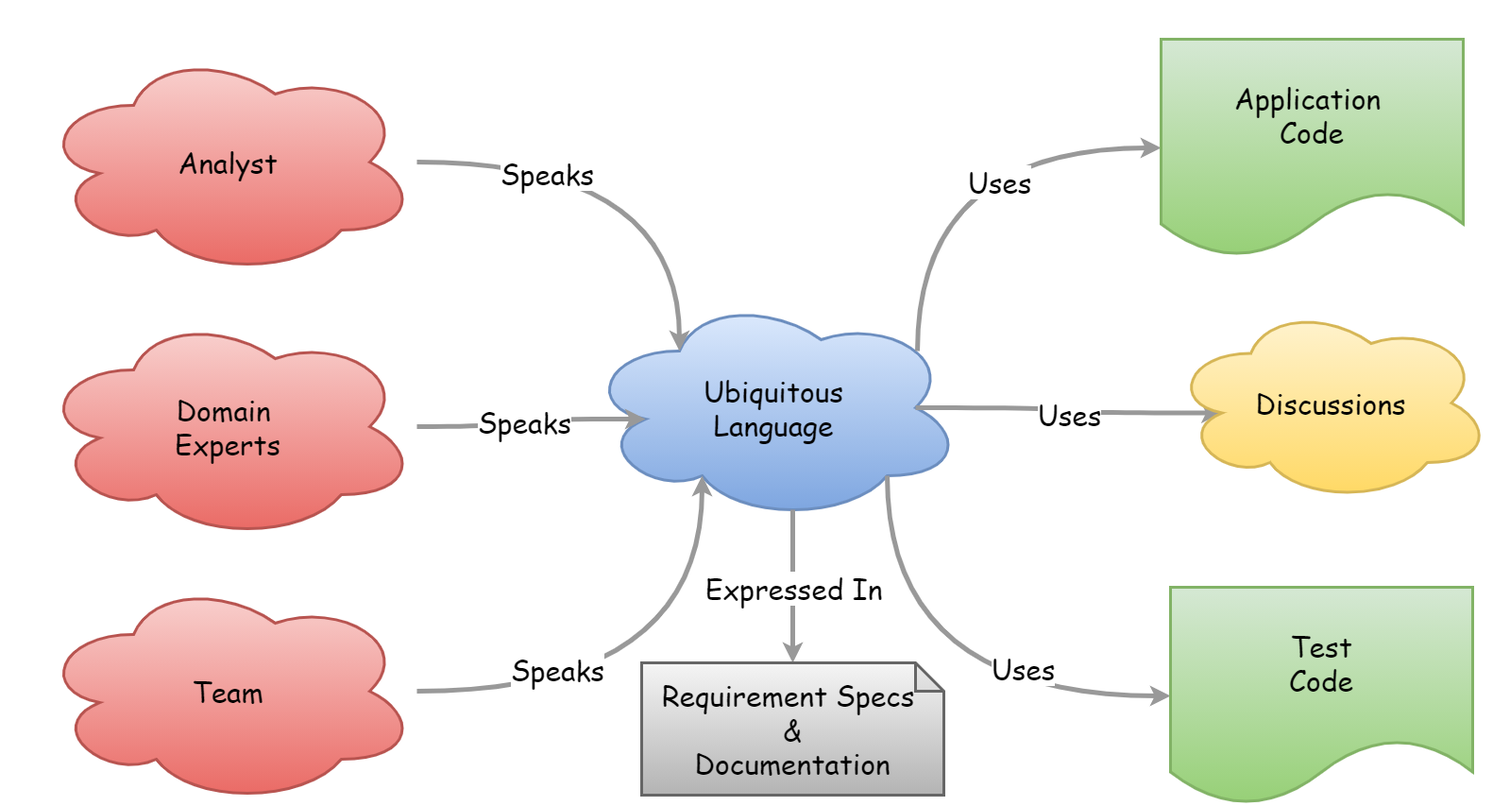
lkumarjain/lkumarjain.github.io keeps this draw.io diagram as docs/img/ddd/ubiquitous-language.png. Above is the earlier version. Source tidied: cells renumbered, new cells last; positions are measured from the earlier drawing's top-left corner, leaving out a move shared by most shapes.
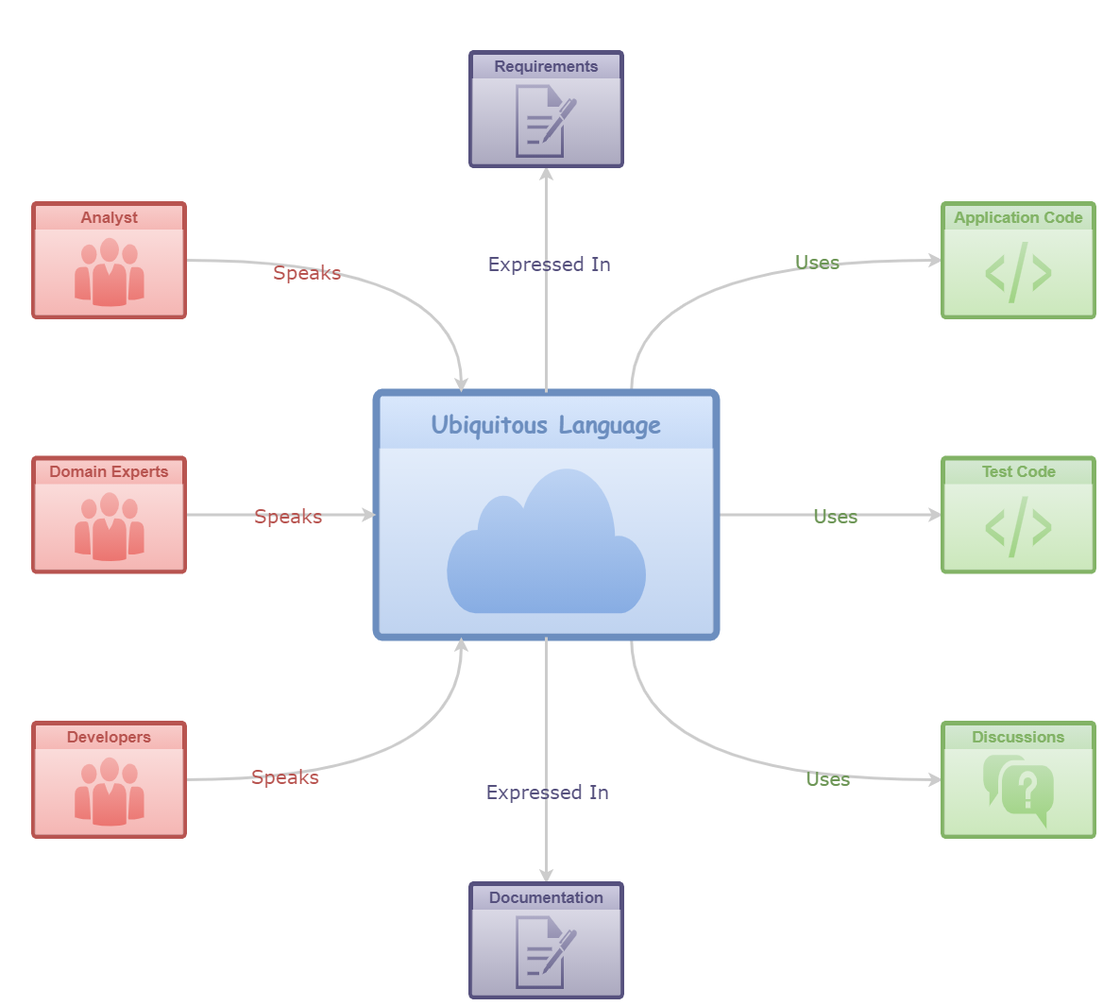
The same file after the commit.

Commit message:
Updated ubiquitous-language image

What changed in the source:
```diff
@@ -1,84 +1,95 @@
 <mxGraphModel>
   <root>
-    <mxCell id="0" />
-    <mxCell id="1" parent="0" />
+    <mxCell id="24" />
+    <mxCell id="25" parent="24" />
+    <mxCell id="26" style="edgeStyle=orthogonalEdgeStyle;curved=1;rounded=0;jettySize=auto;html=1;exitX=0.75;exitY=0;exitDx=0;exitDy=0;exitPerimeter=0;entryX=0;entryY=0.5;entryDx=0;entryDy=0;entryPerimeter=0;fontSize=20;fontColor=#B85450;strokeColor=#CCCCCC;strokeWidth=3;" parent="25" edge="1" source="2" target="14">
+      <mxGeometry relative="1" as="geometry" />
+    </mxCell>
+    <mxCell id="27" value="Uses" style="edgeLabel;align=center;verticalAlign=middle;fontSize=20;labelBackgroundColor=none;fontFamily=Verdana;labelBorderColor=none;spacingTop=5;spacingLeft=5;spacingBottom=5;spacingRight=5;labelPadding=0;absoluteArcSize=0;fontColor=#6D9656;" parent="26" vertex="1">
+      <mxGeometry x="0.22" y="-14" relative="1" as="geometry">
+        <mxPoint x="50" y="-14" as="offset" />
+      </mxGeometry>
+    </mxCell>
+    <mxCell id="28" style="edgeStyle=orthogonalEdgeStyle;curved=1;rounded=0;jettySize=auto;html=1;fontSize=20;fontColor=#B85450;strokeColor=#CCCCCC;strokeWidth=3;" parent="25" edge="1" source="2" target="17">
+      <mxGeometry relative="1" as="geometry" />
+    </mxCell>
+    <mxCell id="29" value="Uses" style="edgeLabel;align=center;verticalAlign=middle;fontSize=20;labelBackgroundColor=none;fontFamily=Verdana;labelBorderColor=none;spacingTop=5;spacingLeft=5;spacingBottom=5;spacingRight=5;labelPadding=0;absoluteArcSize=0;fontColor=#6D9656;" parent="28" vertex="1">
+      <mxGeometry x="0.21" y="-1" relative="1" as="geometry">
+        <mxPoint x="-19" y="-1" as="offset" />
+      </mxGeometry>
+    </mxCell>
+    <mxCell id="30" style="edgeStyle=orthogonalEdgeStyle;curved=1;rounded=0;jettySize=auto;html=1;exitX=0.75;exitY=1;exitDx=0;exitDy=0;exitPerimeter=0;entryX=0;entryY=0.5;entryDx=0;entryDy=0;entryPerimeter=0;fontSize=20;fontColor=#B85450;strokeColor=#CCCCCC;strokeWidth=3;" parent="25" edge="1" source="2" target="20">
+      <mxGeometry relative="1" as="geometry" />
+    </mxCell>
+    <mxCell id="31" value="Uses" style="edgeLabel;align=center;verticalAlign=middle;fontSize=20;labelBackgroundColor=none;fontFamily=Verdana;labelBorderColor=none;spacingTop=5;spacingLeft=5;spacingBottom=5;spacingRight=5;labelPadding=0;absoluteArcSize=0;fontColor=#6D9656;" parent="30" vertex="1">
+      <mxGeometry x="0.5" y="3" relative="1" as="geometry">
+        <mxPoint x="-1" as="offset" />
+      </mxGeometry>
+    </mxCell>
-    <mxCell id="2" value="Ubiquitous&lt;br style=&quot;font-size: 30px;&quot;&gt;Language" style="ellipse;shape=cloud;whiteSpace=wrap;html=1;rounded=1;gradientColor=#7ea6e0;fillColor=#dae8fc;strokeWidth=3;strokeColor=#6c8ebf;fontSize=30;fontFamily=Comic Sans MS;labelBackgroundColor=none;labelBorderColor=none;spacingLeft=20;spacingRight=20;" parent="1" vertex="1">
-      <mxGeometry x="578" y="270" width="400" height="240" as="geometry" />
+    <mxCell id="2" value="&lt;h1 style=&quot;font-size: 25px&quot;&gt;&lt;font face=&quot;Comic Sans MS&quot;&gt;Ubiquitous&amp;nbsp;&lt;/font&gt;&lt;span style=&quot;font-family: &amp;quot;comic sans ms&amp;quot;&quot;&gt;Language&lt;/span&gt;&lt;/h1&gt;" style="html=1;fillColor=#dae8fc;labelPosition=center;verticalLabelPosition=middle;verticalAlign=top;align=center;fontSize=12;outlineConnect=0;spacingTop=-6;shape=mxgraph.sitemap.cloud;gradientColor=#7ea6e0;strokeWidth=8;shadow=0;strokeColor=#6C8EBF;fontColor=#6C8EBF;rounded=1;" parent="25" vertex="1">
+      <mxGeometry x="871" y="-150" width="360" height="259" as="geometry" />
     </mxCell>
-    <mxCell id="3" style="edgeStyle=orthogonalEdgeStyle;curved=1;jettySize=auto;html=1;entryX=0.31;entryY=0.8;entryDx=0;entryDy=0;entryPerimeter=0;shadow=0;fontFamily=Comic Sans MS;fontSize=30;strokeWidth=5;strokeColor=#999999;" parent="1" edge="1" source="5" target="2">
-      <mxGeometry relative="1" as="geometry" />
-    </mxCell>
-    <mxCell id="4" value="Speaks" style="edgeLabel;html=1;align=center;verticalAlign=middle;fontSize=30;fontFamily=Comic Sans MS;" parent="3" vertex="1">
-      <mxGeometry x="-0.2" y="24" relative="1" as="geometry">
-        <mxPoint x="-64" as="offset" />
-      </mxGeometry>
-    </mxCell>
-    <mxCell id="5" value="Team" style="ellipse;shape=cloud;whiteSpace=wrap;html=1;rounded=1;gradientColor=#ea6b66;fillColor=#f8cecc;strokeWidth=3;strokeColor=#b85450;fontSize=30;fontFamily=Comic Sans MS;labelBackgroundColor=none;labelBorderColor=none;spacingLeft=20;spacingRight=20;" parent="1" vertex="1">
-      <mxGeometry y="570" width="400" height="240" as="geometry" />
-    </mxCell>
+    <mxCell id="9" style="edgeStyle=orthogonalEdgeStyle;curved=1;rounded=0;jettySize=auto;html=1;entryX=0.25;entryY=0;entryDx=0;entryDy=0;entryPerimeter=0;fontSize=20;fontColor=#B85450;strokeColor=#CCCCCC;strokeWidth=3;" parent="25" edge="1" source="11" target="2">
+      <mxGeometry relative="1" as="geometry" />
+    </mxCell>
+    <mxCell id="32" value="Speaks" style="edgeLabel;align=center;verticalAlign=middle;fontSize=20;fontColor=#B85450;labelBackgroundColor=none;fontFamily=Verdana;labelBorderColor=none;spacingTop=5;spacingLeft=5;spacingBottom=5;spacingRight=5;labelPadding=0;absoluteArcSize=0;" parent="9" vertex="1">
+      <mxGeometry x="-0.41" y="-11" relative="1" as="geometry">
+        <mxPoint x="1" as="offset" />
+      </mxGeometry>
+    </mxCell>
+    <mxCell id="11" value="&lt;h5&gt;Analyst&lt;/h5&gt;" style="html=1;fillColor=#f8cecc;labelPosition=center;verticalLabelPosition=middle;verticalAlign=top;align=center;fontSize=20;outlineConnect=0;spacingTop=-29;shape=mxgraph.sitemap.about_us;gradientColor=#ea6b66;direction=east;strokeWidth=5;perimeterSpacing=0;strokeColor=#B85450;fontColor=#B85450;rounded=1;" parent="25" vertex="1">
+      <mxGeometry x="508" y="-350" width="160" height="120" as="geometry" />
+    </mxCell>
-    <mxCell id="6" style="edgeStyle=orthogonalEdgeStyle;curved=1;jettySize=auto;html=1;entryX=0.16;entryY=0.55;entryDx=0;entryDy=0;entryPerimeter=0;shadow=0;fontFamily=Comic Sans MS;fontSize=30;strokeWidth=5;strokeColor=#999999;" parent="1" edge="1" source="8" target="2">
+    <mxCell id="6" style="edgeStyle=orthogonalEdgeStyle;curved=1;rounded=0;jettySize=auto;html=1;entryX=0;entryY=0.5;entryDx=0;entryDy=0;entryPerimeter=0;fontSize=20;fontColor=#B85450;strokeColor=#CCCCCC;strokeWidth=3;" parent="25" edge="1" source="8" target="2">
       <mxGeometry relative="1" as="geometry" />
     </mxCell>
-    <mxCell id="7" value="Speaks" style="edgeLabel;html=1;align=center;verticalAlign=middle;fontSize=30;fontFamily=Comic Sans MS;" parent="6" vertex="1">
-      <mxGeometry x="-0.05" y="-2" relative="1" as="geometry">
-        <mxPoint x="1" as="offset" />
-      </mxGeometry>
-    </mxCell>
+    <mxCell id="33" value="Speaks" style="edgeLabel;align=center;verticalAlign=middle;fontSize=20;fontColor=#B85450;labelBackgroundColor=none;fontFamily=Verdana;labelBorderColor=none;spacingTop=5;spacingLeft=5;spacingBottom=5;spacingRight=5;labelPadding=0;absoluteArcSize=0;" parent="6" vertex="1">
+      <mxGeometry x="0.22" y="-1" relative="1" as="geometry">
+        <mxPoint x="-14" y="-1" as="offset" />
+      </mxGeometry>
+    </mxCell>
-    <mxCell id="8" value="Domain &lt;br style=&quot;font-size: 30px;&quot;&gt;Experts" style="ellipse;shape=cloud;whiteSpace=wrap;html=1;rounded=1;gradientColor=#ea6b66;fillColor=#f8cecc;strokeWidth=3;strokeColor=#b85450;fontSize=30;fontFamily=Comic Sans MS;labelBackgroundColor=none;labelBorderColor=none;spacingLeft=20;spacingRight=20;" parent="1" vertex="1">
-      <mxGeometry y="290" width="400" height="240" as="geometry" />
+    <mxCell id="8" value="&lt;h5&gt;Domain Experts&lt;/h5&gt;" style="html=1;fillColor=#f8cecc;labelPosition=center;verticalLabelPosition=middle;verticalAlign=top;align=center;fontSize=20;outlineConnect=0;spacingTop=-29;shape=mxgraph.sitemap.about_us;gradientColor=#ea6b66;direction=east;strokeWidth=5;perimeterSpacing=0;strokeColor=#B85450;fontColor=#B85450;rounded=1;" parent="25" vertex="1">
+      <mxGeometry x="508" y="-80.5" width="160" height="120" as="geometry" />
     </mxCell>
-    <mxCell id="9" style="edgeStyle=orthogonalEdgeStyle;curved=1;jettySize=auto;html=1;entryX=0.25;entryY=0.25;entryDx=0;entryDy=0;entryPerimeter=0;shadow=0;fontFamily=Comic Sans MS;fontSize=30;strokeWidth=5;strokeColor=#999999;" parent="1" edge="1" source="11" target="2">
-      <mxGeometry relative="1" as="geometry" />
-    </mxCell>
-    <mxCell id="10" value="Speaks" style="edgeLabel;html=1;align=center;verticalAlign=middle;fontSize=30;fontFamily=Comic Sans MS;" parent="9" vertex="1">
-      <mxGeometry x="-0.43" y="-11" relative="1" as="geometry">
-        <mxPoint x="1" as="offset" />
-      </mxGeometry>
-    </mxCell>
-    <mxCell id="11" value="Analyst" style="ellipse;shape=cloud;whiteSpace=wrap;html=1;rounded=1;gradientColor=#ea6b66;fillColor=#f8cecc;strokeWidth=3;strokeColor=#b85450;fontSize=30;fontFamily=Comic Sans MS;labelBackgroundColor=none;labelBorderColor=none;spacingLeft=20;spacingRight=20;" parent="1" vertex="1">
-      <mxGeometry y="10" width="400" height="240" as="geometry" />
-    </mxCell>
-    <mxCell id="12" style="edgeStyle=orthogonalEdgeStyle;curved=1;jettySize=auto;html=1;entryX=0.88;entryY=0.25;entryDx=0;entryDy=0;entryPerimeter=0;shadow=0;fontFamily=Comic Sans MS;fontSize=30;strokeWidth=5;endArrow=none;endFill=0;strokeColor=#999999;exitX=0;exitY=0.5;exitDx=0;exitDy=0;startArrow=classic;startFill=1;" parent="1" edge="1" source="14" target="2">
-      <mxGeometry relative="1" as="geometry" />
-    </mxCell>
-    <mxCell id="13" value="Uses" style="edgeLabel;html=1;align=center;verticalAlign=middle;fontSize=30;fontFamily=Comic Sans MS;" parent="12" vertex="1">
-      <mxGeometry x="-0.27" y="35" relative="1" as="geometry" />
-    </mxCell>
+    <mxCell id="34" style="edgeStyle=orthogonalEdgeStyle;curved=1;rounded=0;jettySize=auto;html=1;entryX=0.25;entryY=1;entryDx=0;entryDy=0;entryPerimeter=0;fontSize=20;fontColor=#B85450;strokeColor=#CCCCCC;strokeWidth=3;" parent="25" edge="1" source="36" target="2">
+      <mxGeometry relative="1" as="geometry" />
+    </mxCell>
+    <mxCell id="35" value="Speaks" style="edgeLabel;align=center;verticalAlign=middle;fontSize=20;fontColor=#B85450;labelBackgroundColor=none;fontFamily=Verdana;labelBorderColor=none;spacingTop=5;spacingLeft=5;spacingBottom=5;spacingRight=5;labelPadding=0;absoluteArcSize=0;" parent="34" vertex="1">
+      <mxGeometry x="-0.53" y="5" relative="1" as="geometry">
+        <mxPoint x="1" as="offset" />
+      </mxGeometry>
+    </mxCell>
+    <mxCell id="36" value="&lt;h5&gt;Developers&lt;/h5&gt;" style="html=1;fillColor=#f8cecc;labelPosition=center;verticalLabelPosition=middle;verticalAlign=top;align=center;fontSize=20;outlineConnect=0;spacingTop=-29;shape=mxgraph.sitemap.about_us;gradientColor=#ea6b66;direction=east;strokeWidth=5;perimeterSpacing=0;strokeColor=#B85450;fontColor=#B85450;rounded=1;" parent="25" vertex="1">
+      <mxGeometry x="508" y="200" width="160" height="120" as="geometry" />
+    </mxCell>
-    <mxCell id="14" value="Application &lt;br style=&quot;font-size: 30px;&quot;&gt;Code" style="shape=document;whiteSpace=wrap;html=1;boundedLbl=1;rounded=1;labelBackgroundColor=none;fontFamily=Comic Sans MS;fontSize=30;strokeColor=#82b366;strokeWidth=3;gradientColor=#97d077;fillColor=#d5e8d4;" parent="1" vertex="1">
-      <mxGeometry x="1188" width="320" height="230" as="geometry" />
+    <mxCell id="14" value="&lt;h5&gt;Application Code&lt;/h5&gt;" style="html=1;fillColor=#d5e8d4;labelPosition=center;verticalLabelPosition=middle;verticalAlign=top;align=center;fontSize=20;outlineConnect=0;spacingTop=-29;shape=(stored shape, 900 characters);gradientColor=#97d077;direction=east;strokeWidth=5;perimeterSpacing=0;rounded=1;strokeColor=#82B366;fontColor=#82B366;" parent="25" vertex="1">
+      <mxGeometry x="1471" y="-350" width="160" height="120" as="geometry" />
     </mxCell>
-    <mxCell id="15" style="edgeStyle=orthogonalEdgeStyle;curved=1;jettySize=auto;html=1;entryX=0.8;entryY=0.8;entryDx=0;entryDy=0;entryPerimeter=0;shadow=0;fontFamily=Comic Sans MS;fontSize=30;strokeWidth=5;endArrow=none;endFill=0;strokeColor=#999999;exitX=0;exitY=0.5;exitDx=0;exitDy=0;startArrow=classic;startFill=1;" parent="1" edge="1" source="17" target="2">
-      <mxGeometry relative="1" as="geometry" />
-    </mxCell>
-    <mxCell id="16" value="Uses" style="edgeLabel;html=1;align=center;verticalAlign=middle;fontSize=30;fontFamily=Comic Sans MS;" parent="15" vertex="1">
-      <mxGeometry x="-0.32" y="-30" relative="1" as="geometry">
-        <mxPoint x="25" as="offset" />
-      </mxGeometry>
-    </mxCell>
-    <mxCell id="17" value="Test&lt;br style=&quot;font-size: 30px;&quot;&gt;Code" style="shape=document;whiteSpace=wrap;html=1;boundedLbl=1;rounded=1;labelBackgroundColor=none;fontFamily=Comic Sans MS;fontSize=30;strokeColor=#82b366;strokeWidth=3;gradientColor=#97d077;fillColor=#d5e8d4;" parent="1" vertex="1">
-      <mxGeometry x="1198" y="580" width="320" height="230" as="geometry" />
+    <mxCell id="17" value="&lt;h5&gt;Test Code&lt;/h5&gt;" style="html=1;fillColor=#d5e8d4;labelPosition=center;verticalLabelPosition=middle;verticalAlign=top;align=center;fontSize=20;outlineConnect=0;spacingTop=-29;shape=(stored shape, 900 characters);gradientColor=#97d077;direction=east;strokeWidth=5;perimeterSpacing=0;rounded=1;strokeColor=#82B366;fontColor=#82B366;" parent="25" vertex="1">
+      <mxGeometry x="1471" y="-80.5" width="160" height="120" as="geometry" />
     </mxCell>
-    <mxCell id="18" style="edgeStyle=orthogonalEdgeStyle;curved=1;jettySize=auto;html=1;entryX=0.875;entryY=0.5;entryDx=0;entryDy=0;entryPerimeter=0;shadow=0;fontFamily=Comic Sans MS;fontSize=30;endArrow=none;endFill=0;strokeWidth=5;strokeColor=#999999;startArrow=classic;startFill=1;exitX=0.16;exitY=0.55;exitDx=0;exitDy=0;exitPerimeter=0;" parent="1" edge="1" source="20" target="2">
-      <mxGeometry relative="1" as="geometry" />
-    </mxCell>
-    <mxCell id="19" value="Uses" style="edgeLabel;html=1;align=center;verticalAlign=middle;fontSize=30;fontFamily=Comic Sans MS;" parent="18" vertex="1">
-      <mxGeometry x="-0.29" y="1" relative="1" as="geometry">
-        <mxPoint x="-44" y="-1" as="offset" />
-      </mxGeometry>
-    </mxCell>
-    <mxCell id="20" value="Discussions" style="ellipse;shape=cloud;whiteSpace=wrap;html=1;rounded=1;gradientColor=#ffd966;fillColor=#fff2cc;strokeWidth=3;strokeColor=#d6b656;fontSize=30;fontFamily=Comic Sans MS;labelBackgroundColor=none;labelBorderColor=none;spacingLeft=20;spacingRight=20;" parent="1" vertex="1">
-      <mxGeometry x="1198" y="280" width="340" height="210" as="geometry" />
+    <mxCell id="20" value="&lt;h5&gt;Discussions&lt;/h5&gt;" style="html=1;fillColor=#d5e8d4;labelPosition=center;verticalLabelPosition=middle;verticalAlign=top;align=center;fontSize=20;outlineConnect=0;spacingTop=-29;shape=(stored shape, 1704 characters);gradientColor=#97d077;direction=east;strokeWidth=5;perimeterSpacing=0;rounded=1;strokeColor=#82B366;fontColor=#82B366;" parent="25" vertex="1">
+      <mxGeometry x="1471" y="200" width="160" height="120" as="geometry" />
     </mxCell>
-    <mxCell id="21" style="edgeStyle=orthogonalEdgeStyle;curved=1;jettySize=auto;html=1;entryX=0.55;entryY=0.95;entryDx=0;entryDy=0;entryPerimeter=0;shadow=0;fontFamily=Comic Sans MS;fontSize=30;endArrow=none;endFill=0;strokeWidth=5;strokeColor=#999999;startArrow=classic;startFill=1;" parent="1" edge="1" source="23" target="2">
-      <mxGeometry relative="1" as="geometry" />
-    </mxCell>
-    <mxCell id="22" value="Expressed In" style="edgeLabel;html=1;align=center;verticalAlign=middle;fontSize=30;fontFamily=Comic Sans MS;" parent="21" vertex="1">
-      <mxGeometry x="0.24" y="1" relative="1" as="geometry">
-        <mxPoint x="1" y="20" as="offset" />
-      </mxGeometry>
-    </mxCell>
-    <mxCell id="23" value="Requirement Specs &lt;br&gt;&amp;amp;&lt;br&gt;Documentation" style="shape=note;whiteSpace=wrap;html=1;backgroundOutline=1;darkOpacity=0.05;rounded=1;labelBackgroundColor=none;fontFamily=Comic Sans MS;fontSize=30;strokeColor=#666666;strokeWidth=3;gradientColor=#b3b3b3;fillColor=#f5f5f5;" parent="1" vertex="1">
-      <mxGeometry x="638" y="660" width="320" height="140" as="geometry" />
-    </mxCell>
+    <mxCell id="37" style="edgeStyle=orthogonalEdgeStyle;curved=1;rounded=0;jettySize=auto;html=1;entryX=0.5;entryY=0;entryDx=0;entryDy=0;entryPerimeter=0;fontSize=20;fontColor=#B85450;strokeColor=#CCCCCC;strokeWidth=3;endArrow=none;endFill=0;startArrow=classic;startFill=1;" parent="25" edge="1" source="39" target="2">
+      <mxGeometry relative="1" as="geometry" />
+    </mxCell>
+    <mxCell id="38" value="Expressed In" style="edgeLabel;align=center;verticalAlign=middle;fontSize=20;fontColor=#56517E;labelBackgroundColor=none;spacing=2;spacingTop=5;absoluteArcSize=0;perimeter=rectanglePerimeter;fontFamily=Verdana;labelBorderColor=none;spacingLeft=5;spacingBottom=5;spacingRight=5;labelPadding=0;" parent="37" vertex="1">
+      <mxGeometry x="-0.15" y="3" relative="1" as="geometry" />
+    </mxCell>
+    <mxCell id="39" value="&lt;h5&gt;Requirements&lt;/h5&gt;" style="html=1;fillColor=#d0cee2;labelPosition=center;verticalLabelPosition=middle;verticalAlign=top;align=center;fontSize=20;outlineConnect=0;spacingTop=-29;shape=(stored shape, 1524 characters);direction=east;strokeWidth=5;perimeterSpacing=0;rounded=1;strokeColor=#56517E;gradientColor=#56517E;fontColor=#56517E;labelBackgroundColor=none;" parent="25" vertex="1">
+      <mxGeometry x="971" y="-510" width="160" height="120" as="geometry" />
+    </mxCell>
+    <mxCell id="40" style="edgeStyle=orthogonalEdgeStyle;curved=1;rounded=0;jettySize=auto;html=1;entryX=0.5;entryY=1;entryDx=0;entryDy=0;entryPerimeter=0;fontSize=20;fontColor=#B85450;strokeColor=#CCCCCC;strokeWidth=3;startArrow=classic;startFill=1;endArrow=none;endFill=0;" parent="25" edge="1" source="42" target="2">
+      <mxGeometry relative="1" as="geometry" />
+    </mxCell>
+    <mxCell id="41" value="Expressed In" style="edgeLabel;align=center;verticalAlign=middle;fontSize=20;fontColor=#56517E;labelBackgroundColor=none;labelBorderColor=none;fontFamily=Verdana;spacingTop=5;spacingLeft=5;spacingBottom=5;spacingRight=5;labelPadding=0;absoluteArcSize=0;" parent="40" vertex="1">
+      <mxGeometry x="-0.24" y="-1" relative="1" as="geometry">
+        <mxPoint y="1" as="offset" />
+      </mxGeometry>
+    </mxCell>
+    <mxCell id="42" value="&lt;h5&gt;Documentation&lt;/h5&gt;" style="html=1;fillColor=#d0cee2;labelPosition=center;verticalLabelPosition=middle;verticalAlign=top;align=center;fontSize=20;outlineConnect=0;spacingTop=-29;shape=(stored shape, 1524 characters);direction=east;strokeWidth=5;perimeterSpacing=0;rounded=1;strokeColor=#56517E;gradientColor=#56517E;fontColor=#56517E;labelBackgroundColor=none;" parent="25" vertex="1">
+      <mxGeometry x="971" y="370" width="160" height="120" as="geometry" />
+    </mxCell>
   </root>
 </mxGraphModel>
```
